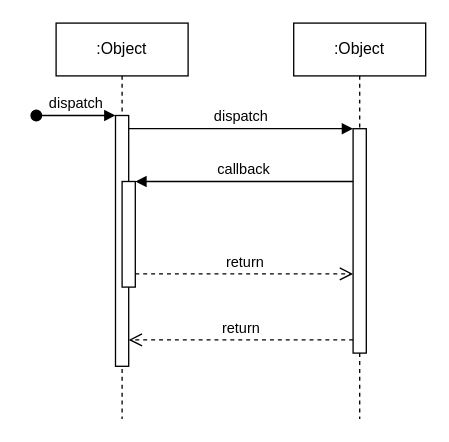
Earlier version of the draw.io diagram Diagram Tanpa Judul.drawio (danang-pgds/danang-pgds.github.io). Source tidied: cells renumbered, new cells numbered last; positions are measured from the earlier drawing's top-left corner, leaving out a move shared by most shapes. Both pictures are drawn from the tidied source at 132%, with x=0, y=0 at pixel (36, 22).
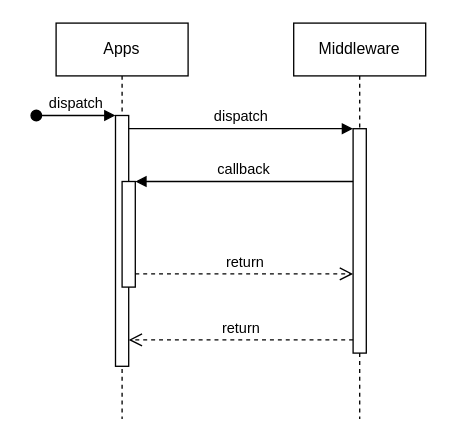
Above is the later version.

The edit, as a diff of the source:
```diff
@@
 <mxGraphModel>
   <root>
     <mxCell id="0" />
     <mxCell id="1" parent="0" />
-    <mxCell id="2" value=":Object" style="shape=umlLifeline;perimeter=lifelinePerimeter;whiteSpace=wrap;html=1;newEdgeStyle={&quot;edgeStyle&quot;:&quot;elbowEdgeStyle&quot;,&quot;elbow&quot;:&quot;vertical&quot;,&quot;curved&quot;:0,&quot;rounded&quot;:0};" parent="1" vertex="1">
+    <mxCell id="2" value="Apps" style="shape=umlLifeline;perimeter=lifelinePerimeter;whiteSpace=wrap;html=1;newEdgeStyle={&quot;edgeStyle&quot;:&quot;elbowEdgeStyle&quot;,&quot;elbow&quot;:&quot;vertical&quot;,&quot;curved&quot;:0,&quot;rounded&quot;:0};" parent="1" vertex="1">
       <mxGeometry x="15" width="100" height="300" as="geometry" />
     </mxCell>
     <mxCell id="3" style="html=1;points=[];perimeter=orthogonalPerimeter;outlineConnect=0;targetShapes=umlLifeline;portConstraint=eastwest;newEdgeStyle={&quot;edgeStyle&quot;:&quot;elbowEdgeStyle&quot;,&quot;elbow&quot;:&quot;vertical&quot;,&quot;curved&quot;:0,&quot;rounded&quot;:0};" parent="2" vertex="1">
       <mxGeometry x="45" y="70" width="10" height="190" as="geometry" />
     </mxCell>
     <mxCell id="4" value="dispatch" style="html=1;verticalAlign=bottom;startArrow=oval;endArrow=block;startSize=8;edgeStyle=elbowEdgeStyle;elbow=vertical;curved=0;rounded=0;" parent="2" edge="1" target="3">
       <mxGeometry relative="1" as="geometry">
         <mxPoint x="-15" y="70" as="sourcePoint" />
       </mxGeometry>
     </mxCell>
     <mxCell id="5" style="html=1;points=[];perimeter=orthogonalPerimeter;outlineConnect=0;targetShapes=umlLifeline;portConstraint=eastwest;newEdgeStyle={&quot;edgeStyle&quot;:&quot;elbowEdgeStyle&quot;,&quot;elbow&quot;:&quot;vertical&quot;,&quot;curved&quot;:0,&quot;rounded&quot;:0};" parent="2" vertex="1">
       <mxGeometry x="50" y="120" width="10" height="80" as="geometry" />
     </mxCell>
-    <mxCell id="6" value=":Object" style="shape=umlLifeline;perimeter=lifelinePerimeter;whiteSpace=wrap;html=1;newEdgeStyle={&quot;edgeStyle&quot;:&quot;elbowEdgeStyle&quot;,&quot;elbow&quot;:&quot;vertical&quot;,&quot;curved&quot;:0,&quot;rounded&quot;:0};" parent="1" vertex="1">
+    <mxCell id="6" value="Middleware" style="shape=umlLifeline;perimeter=lifelinePerimeter;whiteSpace=wrap;html=1;newEdgeStyle={&quot;edgeStyle&quot;:&quot;elbowEdgeStyle&quot;,&quot;elbow&quot;:&quot;vertical&quot;,&quot;curved&quot;:0,&quot;rounded&quot;:0};" parent="1" vertex="1">
       <mxGeometry x="195" width="100" height="300" as="geometry" />
     </mxCell>
     <mxCell id="7" style="html=1;points=[];perimeter=orthogonalPerimeter;outlineConnect=0;targetShapes=umlLifeline;portConstraint=eastwest;newEdgeStyle={&quot;edgeStyle&quot;:&quot;elbowEdgeStyle&quot;,&quot;elbow&quot;:&quot;vertical&quot;,&quot;curved&quot;:0,&quot;rounded&quot;:0};" parent="6" vertex="1">
       <mxGeometry x="45" y="80" width="10" height="170" as="geometry" />
     </mxCell>
     <mxCell id="8" value="dispatch" style="html=1;verticalAlign=bottom;endArrow=block;edgeStyle=elbowEdgeStyle;elbow=vertical;curved=0;rounded=0;" parent="1" edge="1" source="3" target="7">
       <mxGeometry relative="1" as="geometry">
         <Array as="points">
           <mxPoint x="155" y="80" />
         </Array>
       </mxGeometry>
     </mxCell>
     <mxCell id="9" value="return" style="html=1;verticalAlign=bottom;endArrow=open;dashed=1;endSize=8;edgeStyle=elbowEdgeStyle;elbow=vertical;curved=0;rounded=0;" parent="1" edge="1" source="7" target="3">
       <mxGeometry relative="1" as="geometry">
         <Array as="points">
           <mxPoint x="165" y="240" />
         </Array>
       </mxGeometry>
     </mxCell>
     <mxCell id="10" value="callback" style="html=1;verticalAlign=bottom;endArrow=block;edgeStyle=elbowEdgeStyle;elbow=vertical;curved=0;rounded=0;" parent="1" edge="1" source="7" target="5">
       <mxGeometry relative="1" as="geometry">
         <Array as="points">
           <mxPoint x="165" y="120" />
         </Array>
       </mxGeometry>
     </mxCell>
     <mxCell id="11" value="return" style="html=1;verticalAlign=bottom;endArrow=open;dashed=1;endSize=8;edgeStyle=elbowEdgeStyle;elbow=vertical;curved=0;rounded=0;" parent="1" edge="1" source="5" target="7">
       <mxGeometry relative="1" as="geometry">
         <Array as="points">
           <mxPoint x="155" y="190" />
         </Array>
       </mxGeometry>
     </mxCell>
   </root>
 </mxGraphModel>
```
